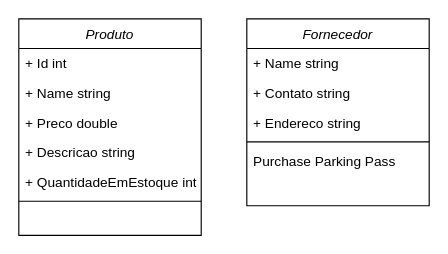
guilhermesantos78/Estoque keeps this draw.io diagram as EstoqueProduto.drawio. Above is the earlier version. Source tidied: cells renumbered, new cells numbered last; positions are measured from the earlier drawing's top-left corner, leaving out a move shared by most shapes. Both pictures are drawn from the tidied source at 114%, with x=0, y=0 at pixel (18, 18).
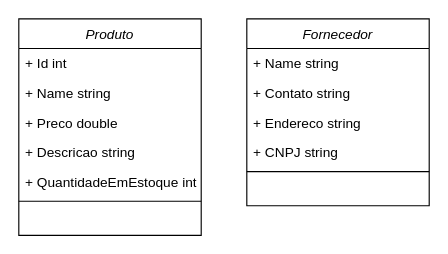
The same page after the edit.

Diff of the diagram source:
```diff
@@
 <mxGraphModel>
   <root>
     <mxCell id="0" />
     <mxCell id="1" parent="0" />
     <mxCell id="2" value="Produto" style="swimlane;fontStyle=2;align=center;verticalAlign=top;horizontal=1;startSize=26;rounded=0;shadow=0;strokeWidth=1;" parent="1" vertex="1">
       <mxGeometry width="160" height="190" as="geometry" />
     </mxCell>
     <mxCell id="3" value="+ Id int" style="text;align=left;verticalAlign=top;spacingLeft=4;spacingRight=4;overflow=hidden;rounded=0;shadow=0;html=0;" parent="2" vertex="1">
       <mxGeometry y="26" width="160" height="26" as="geometry" />
     </mxCell>
     <mxCell id="4" value="+ Name string" style="text;align=left;verticalAlign=top;spacingLeft=4;spacingRight=4;overflow=hidden;" parent="2" vertex="1">
       <mxGeometry y="52" width="160" height="26" as="geometry" />
     </mxCell>
     <mxCell id="5" value="+ Preco double" style="text;align=left;verticalAlign=top;spacingLeft=4;spacingRight=4;overflow=hidden;rounded=0;shadow=0;html=0;" parent="2" vertex="1">
       <mxGeometry y="78" width="160" height="26" as="geometry" />
     </mxCell>
     <mxCell id="6" value="+ Descricao string" style="text;align=left;verticalAlign=top;spacingLeft=4;spacingRight=4;overflow=hidden;rounded=0;shadow=0;html=0;" parent="2" vertex="1">
       <mxGeometry y="104" width="160" height="26" as="geometry" />
     </mxCell>
     <mxCell id="7" value="+ QuantidadeEmEstoque int" style="text;align=left;verticalAlign=top;spacingLeft=4;spacingRight=4;overflow=hidden;rounded=0;shadow=0;html=0;" parent="2" vertex="1">
       <mxGeometry y="130" width="160" height="26" as="geometry" />
     </mxCell>
     <mxCell id="8" style="line;html=1;strokeWidth=1;align=left;verticalAlign=middle;spacingTop=-1;spacingLeft=3;spacingRight=3;labelPosition=right;" parent="2" vertex="1">
       <mxGeometry y="156" width="160" height="8" as="geometry" />
     </mxCell>
     <mxCell id="9" value="Fornecedor" style="swimlane;fontStyle=2;align=center;verticalAlign=top;horizontal=1;startSize=26;rounded=0;shadow=0;strokeWidth=1;" parent="1" vertex="1">
       <mxGeometry x="200" width="160" height="164" as="geometry" />
     </mxCell>
     <mxCell id="10" value="+ Name string" style="text;align=left;verticalAlign=top;spacingLeft=4;spacingRight=4;overflow=hidden;" parent="9" vertex="1">
       <mxGeometry y="26" width="160" height="26" as="geometry" />
     </mxCell>
     <mxCell id="11" value="+ Contato string" style="text;align=left;verticalAlign=top;spacingLeft=4;spacingRight=4;overflow=hidden;rounded=0;shadow=0;html=0;" parent="9" vertex="1">
       <mxGeometry y="52" width="160" height="26" as="geometry" />
     </mxCell>
     <mxCell id="12" value="+ Endereco string" style="text;align=left;verticalAlign=top;spacingLeft=4;spacingRight=4;overflow=hidden;rounded=0;shadow=0;html=0;" parent="9" vertex="1">
       <mxGeometry y="78" width="160" height="26" as="geometry" />
     </mxCell>
+    <mxCell id="15" value="+ CNPJ string" style="text;align=left;verticalAlign=top;spacingLeft=4;spacingRight=4;overflow=hidden;rounded=0;shadow=0;html=0;" parent="9" vertex="1">
+      <mxGeometry y="104" width="160" height="26" as="geometry" />
+    </mxCell>
     <mxCell id="13" style="line;html=1;strokeWidth=1;align=left;verticalAlign=middle;spacingTop=-1;spacingLeft=3;spacingRight=3;labelPosition=right;" parent="9" vertex="1">
-      <mxGeometry y="104" width="160" height="8" as="geometry" />
+      <mxGeometry y="130" width="160" height="8" as="geometry" />
     </mxCell>
-    <mxCell id="14" value="Purchase Parking Pass" style="text;align=left;verticalAlign=top;spacingLeft=4;spacingRight=4;overflow=hidden;" parent="9" vertex="1">
-      <mxGeometry y="112" width="160" height="26" as="geometry" />
-    </mxCell>
   </root>
 </mxGraphModel>
```
